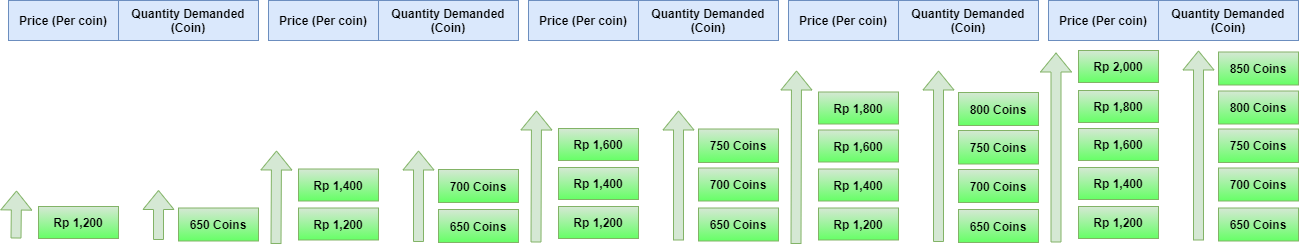
The draw.io diagram ebooks/assets/Demand2.png in gungunfebrianza/Belajar-Dengan-Jenius-Tokenomics, before a commit. Source tidied: cells renumbered, new cells last; positions are measured from the earlier drawing's top-left corner, leaving out a move shared by most shapes. The source it was exported from:
```xml
<mxGraphModel>
  <root>
    <mxCell id="0" />
    <mxCell id="1" parent="0" />
    <mxCell id="2" value="&lt;b&gt;Quantity Demanded&lt;br&gt;(Coin)&lt;br&gt;&lt;/b&gt;" style="rounded=0;whiteSpace=wrap;html=1;fillColor=#dae8fc;strokeColor=#6c8ebf;" parent="1" vertex="1">
      <mxGeometry x="110" width="140" height="40" as="geometry" />
    </mxCell>
    <mxCell id="3" value="&lt;b&gt;Price (Per coin)&lt;/b&gt;" style="rounded=0;whiteSpace=wrap;html=1;fillColor=#dae8fc;strokeColor=#6c8ebf;" parent="1" vertex="1">
      <mxGeometry width="110" height="40" as="geometry" />
    </mxCell>
    <mxCell id="4" value="&lt;b&gt;Quantity Demanded&lt;br&gt;(Coin)&lt;br&gt;&lt;/b&gt;" style="rounded=0;whiteSpace=wrap;html=1;fillColor=#dae8fc;strokeColor=#6c8ebf;" parent="1" vertex="1">
      <mxGeometry x="370" width="140" height="40" as="geometry" />
    </mxCell>
    <mxCell id="5" value="&lt;b&gt;Price (Per coin)&lt;/b&gt;" style="rounded=0;whiteSpace=wrap;html=1;fillColor=#dae8fc;strokeColor=#6c8ebf;" parent="1" vertex="1">
      <mxGeometry x="260" width="110" height="40" as="geometry" />
    </mxCell>
    <mxCell id="6" value="&lt;b&gt;Quantity Demanded&lt;br&gt;(Coin)&lt;br&gt;&lt;/b&gt;" style="rounded=0;whiteSpace=wrap;html=1;fillColor=#dae8fc;strokeColor=#6c8ebf;" parent="1" vertex="1">
      <mxGeometry x="630" width="140" height="40" as="geometry" />
    </mxCell>
    <mxCell id="7" value="&lt;b&gt;Price (Per coin)&lt;/b&gt;" style="rounded=0;whiteSpace=wrap;html=1;fillColor=#dae8fc;strokeColor=#6c8ebf;" parent="1" vertex="1">
      <mxGeometry x="520" width="110" height="40" as="geometry" />
    </mxCell>
    <mxCell id="8" value="&lt;b&gt;Quantity Demanded&lt;br&gt;(Coin)&lt;br&gt;&lt;/b&gt;" style="rounded=0;whiteSpace=wrap;html=1;fillColor=#dae8fc;strokeColor=#6c8ebf;" parent="1" vertex="1">
      <mxGeometry x="890" width="140" height="40" as="geometry" />
    </mxCell>
    <mxCell id="9" value="&lt;b&gt;Price (Per coin)&lt;/b&gt;" style="rounded=0;whiteSpace=wrap;html=1;fillColor=#dae8fc;strokeColor=#6c8ebf;" parent="1" vertex="1">
      <mxGeometry x="780" width="110" height="40" as="geometry" />
    </mxCell>
    <mxCell id="10" value="&lt;b&gt;Quantity Demanded&lt;br&gt;(Coin)&lt;br&gt;&lt;/b&gt;" style="rounded=0;whiteSpace=wrap;html=1;fillColor=#dae8fc;strokeColor=#6c8ebf;" parent="1" vertex="1">
      <mxGeometry x="1150" width="140" height="40" as="geometry" />
    </mxCell>
    <mxCell id="11" value="&lt;b&gt;Price (Per coin)&lt;/b&gt;" style="rounded=0;whiteSpace=wrap;html=1;fillColor=#dae8fc;strokeColor=#6c8ebf;" parent="1" vertex="1">
      <mxGeometry x="1040" width="110" height="40" as="geometry" />
    </mxCell>
    <mxCell id="12" style="shape=flexArrow;endArrow=classic;html=1;fillColor=#d5e8d4;strokeColor=#82b366;" parent="1" edge="1">
      <mxGeometry relative="1" as="geometry">
        <mxPoint x="1047.5" y="242" as="sourcePoint" />
        <mxPoint x="1047.5" y="52" as="targetPoint" />
      </mxGeometry>
    </mxCell>
    <mxCell id="13" value="&lt;b&gt;650 Coins&lt;/b&gt;" style="rounded=0;whiteSpace=wrap;html=1;fillColor=#d5e8d4;strokeColor=#82b366;gradientColor=#66FF66;" parent="1" vertex="1">
      <mxGeometry x="1210" y="207.5" width="80" height="33" as="geometry" />
    </mxCell>
    <mxCell id="14" value="&lt;b&gt;700 Coins&lt;/b&gt;" style="rounded=0;whiteSpace=wrap;html=1;fillColor=#d5e8d4;strokeColor=#82b366;gradientColor=#66FF66;" parent="1" vertex="1">
      <mxGeometry x="1210" y="167.5" width="80" height="33" as="geometry" />
    </mxCell>
    <mxCell id="15" value="&lt;b&gt;750&lt;/b&gt;&lt;b&gt;&amp;nbsp;Coins&lt;/b&gt;" style="rounded=0;whiteSpace=wrap;html=1;fillColor=#d5e8d4;strokeColor=#82b366;gradientColor=#66FF66;" parent="1" vertex="1">
      <mxGeometry x="1210" y="128.5" width="80" height="33.5" as="geometry" />
    </mxCell>
    <mxCell id="16" value="&lt;b&gt;800&lt;/b&gt;&lt;b&gt;&amp;nbsp;Coins&lt;/b&gt;" style="rounded=0;whiteSpace=wrap;html=1;fillColor=#d5e8d4;strokeColor=#82b366;gradientColor=#66FF66;" parent="1" vertex="1">
      <mxGeometry x="1210" y="90.5" width="80" height="33" as="geometry" />
    </mxCell>
    <mxCell id="17" value="&lt;b&gt;850 Coins&lt;/b&gt;" style="rounded=0;whiteSpace=wrap;html=1;fillColor=#d5e8d4;strokeColor=#82b366;gradientColor=#66FF66;" parent="1" vertex="1">
      <mxGeometry x="1210" y="51.5" width="80" height="33" as="geometry" />
    </mxCell>
    <mxCell id="18" style="shape=flexArrow;endArrow=classic;html=1;fillColor=#d5e8d4;strokeColor=#82b366;" parent="1" edge="1">
      <mxGeometry relative="1" as="geometry">
        <mxPoint x="1190" y="240" as="sourcePoint" />
        <mxPoint x="1190" y="50" as="targetPoint" />
      </mxGeometry>
    </mxCell>
    <mxCell id="19" value="&lt;b&gt;Rp 1,200&lt;/b&gt;" style="rounded=0;whiteSpace=wrap;html=1;fillColor=#d5e8d4;strokeColor=#82b366;gradientColor=#66FF66;" parent="1" vertex="1">
      <mxGeometry x="1070" y="206" width="80" height="32" as="geometry" />
    </mxCell>
    <mxCell id="20" value="&lt;b&gt;Rp 1,400&lt;/b&gt;" style="rounded=0;whiteSpace=wrap;html=1;fillColor=#d5e8d4;strokeColor=#82b366;gradientColor=#66FF66;" parent="1" vertex="1">
      <mxGeometry x="1070" y="167" width="80" height="32" as="geometry" />
    </mxCell>
    <mxCell id="21" value="&lt;b&gt;Rp 1,600&lt;/b&gt;" style="rounded=0;whiteSpace=wrap;html=1;fillColor=#d5e8d4;strokeColor=#82b366;gradientColor=#66FF66;" parent="1" vertex="1">
      <mxGeometry x="1070" y="128" width="80" height="32" as="geometry" />
    </mxCell>
    <mxCell id="22" value="&lt;b&gt;Rp 1,800&lt;/b&gt;" style="rounded=0;whiteSpace=wrap;html=1;fillColor=#d5e8d4;strokeColor=#82b366;gradientColor=#66FF66;" parent="1" vertex="1">
      <mxGeometry x="1070" y="90" width="80" height="32" as="geometry" />
    </mxCell>
    <mxCell id="23" value="&lt;b&gt;Rp 2,000&lt;/b&gt;" style="rounded=0;whiteSpace=wrap;html=1;fillColor=#d5e8d4;strokeColor=#82b366;gradientColor=#66FF66;" parent="1" vertex="1">
      <mxGeometry x="1070" y="50" width="80" height="32" as="geometry" />
    </mxCell>
    <mxCell id="24" style="shape=flexArrow;endArrow=classic;html=1;fillColor=#d5e8d4;strokeColor=#82b366;" parent="1" edge="1">
      <mxGeometry relative="1" as="geometry">
        <mxPoint x="787.5" y="243.5" as="sourcePoint" />
        <mxPoint x="788" y="70" as="targetPoint" />
      </mxGeometry>
    </mxCell>
    <mxCell id="25" value="&lt;b&gt;650 Coins&lt;/b&gt;" style="rounded=0;whiteSpace=wrap;html=1;fillColor=#d5e8d4;strokeColor=#82b366;gradientColor=#66FF66;" parent="1" vertex="1">
      <mxGeometry x="950" y="209" width="80" height="33" as="geometry" />
    </mxCell>
    <mxCell id="26" value="&lt;b&gt;700 Coins&lt;/b&gt;" style="rounded=0;whiteSpace=wrap;html=1;fillColor=#d5e8d4;strokeColor=#82b366;gradientColor=#66FF66;" parent="1" vertex="1">
      <mxGeometry x="950" y="169" width="80" height="33" as="geometry" />
    </mxCell>
    <mxCell id="27" value="&lt;b&gt;750&lt;/b&gt;&lt;b&gt;&amp;nbsp;Coins&lt;/b&gt;" style="rounded=0;whiteSpace=wrap;html=1;fillColor=#d5e8d4;strokeColor=#82b366;gradientColor=#66FF66;" parent="1" vertex="1">
      <mxGeometry x="950" y="130" width="80" height="33.5" as="geometry" />
    </mxCell>
    <mxCell id="28" value="&lt;b&gt;800&lt;/b&gt;&lt;b&gt;&amp;nbsp;Coins&lt;/b&gt;" style="rounded=0;whiteSpace=wrap;html=1;fillColor=#d5e8d4;strokeColor=#82b366;gradientColor=#66FF66;" parent="1" vertex="1">
      <mxGeometry x="950" y="92" width="80" height="33" as="geometry" />
    </mxCell>
    <mxCell id="29" style="shape=flexArrow;endArrow=classic;html=1;fillColor=#d5e8d4;strokeColor=#82b366;" parent="1" edge="1">
      <mxGeometry relative="1" as="geometry">
        <mxPoint x="930" y="241.5" as="sourcePoint" />
        <mxPoint x="930" y="70" as="targetPoint" />
      </mxGeometry>
    </mxCell>
    <mxCell id="30" value="&lt;b&gt;Rp 1,200&lt;/b&gt;" style="rounded=0;whiteSpace=wrap;html=1;fillColor=#d5e8d4;strokeColor=#82b366;gradientColor=#66FF66;" parent="1" vertex="1">
      <mxGeometry x="810" y="207.5" width="80" height="32" as="geometry" />
    </mxCell>
    <mxCell id="31" value="&lt;b&gt;Rp 1,400&lt;/b&gt;" style="rounded=0;whiteSpace=wrap;html=1;fillColor=#d5e8d4;strokeColor=#82b366;gradientColor=#66FF66;" parent="1" vertex="1">
      <mxGeometry x="810" y="168.5" width="80" height="32" as="geometry" />
    </mxCell>
    <mxCell id="32" value="&lt;b&gt;Rp 1,600&lt;/b&gt;" style="rounded=0;whiteSpace=wrap;html=1;fillColor=#d5e8d4;strokeColor=#82b366;gradientColor=#66FF66;" parent="1" vertex="1">
      <mxGeometry x="810" y="129.5" width="80" height="32" as="geometry" />
    </mxCell>
    <mxCell id="33" value="&lt;b&gt;Rp 1,800&lt;/b&gt;" style="rounded=0;whiteSpace=wrap;html=1;fillColor=#d5e8d4;strokeColor=#82b366;gradientColor=#66FF66;" parent="1" vertex="1">
      <mxGeometry x="810" y="91.5" width="80" height="32" as="geometry" />
    </mxCell>
    <mxCell id="34" style="shape=flexArrow;endArrow=classic;html=1;fillColor=#d5e8d4;strokeColor=#82b366;" parent="1" edge="1">
      <mxGeometry relative="1" as="geometry">
        <mxPoint x="527.5" y="242" as="sourcePoint" />
        <mxPoint x="528" y="110" as="targetPoint" />
      </mxGeometry>
    </mxCell>
    <mxCell id="35" value="&lt;b&gt;650 Coins&lt;/b&gt;" style="rounded=0;whiteSpace=wrap;html=1;fillColor=#d5e8d4;strokeColor=#82b366;gradientColor=#66FF66;" parent="1" vertex="1">
      <mxGeometry x="690" y="207.5" width="80" height="33" as="geometry" />
    </mxCell>
    <mxCell id="36" value="&lt;b&gt;700 Coins&lt;/b&gt;" style="rounded=0;whiteSpace=wrap;html=1;fillColor=#d5e8d4;strokeColor=#82b366;gradientColor=#66FF66;" parent="1" vertex="1">
      <mxGeometry x="690" y="167.5" width="80" height="33" as="geometry" />
    </mxCell>
    <mxCell id="37" value="&lt;b&gt;750&lt;/b&gt;&lt;b&gt;&amp;nbsp;Coins&lt;/b&gt;" style="rounded=0;whiteSpace=wrap;html=1;fillColor=#d5e8d4;strokeColor=#82b366;gradientColor=#66FF66;" parent="1" vertex="1">
      <mxGeometry x="690" y="128.5" width="80" height="33.5" as="geometry" />
    </mxCell>
    <mxCell id="38" style="shape=flexArrow;endArrow=classic;html=1;fillColor=#d5e8d4;strokeColor=#82b366;" parent="1" edge="1">
      <mxGeometry relative="1" as="geometry">
        <mxPoint x="670" y="240" as="sourcePoint" />
        <mxPoint x="670" y="110" as="targetPoint" />
      </mxGeometry>
    </mxCell>
    <mxCell id="39" value="&lt;b&gt;Rp 1,200&lt;/b&gt;" style="rounded=0;whiteSpace=wrap;html=1;fillColor=#d5e8d4;strokeColor=#82b366;gradientColor=#66FF66;" parent="1" vertex="1">
      <mxGeometry x="550" y="206" width="80" height="32" as="geometry" />
    </mxCell>
    <mxCell id="40" value="&lt;b&gt;Rp 1,400&lt;/b&gt;" style="rounded=0;whiteSpace=wrap;html=1;fillColor=#d5e8d4;strokeColor=#82b366;gradientColor=#66FF66;" parent="1" vertex="1">
      <mxGeometry x="550" y="167" width="80" height="32" as="geometry" />
    </mxCell>
    <mxCell id="41" value="&lt;b&gt;Rp 1,600&lt;/b&gt;" style="rounded=0;whiteSpace=wrap;html=1;fillColor=#d5e8d4;strokeColor=#82b366;gradientColor=#66FF66;" parent="1" vertex="1">
      <mxGeometry x="550" y="128" width="80" height="32" as="geometry" />
    </mxCell>
    <mxCell id="42" style="shape=flexArrow;endArrow=classic;html=1;fillColor=#d5e8d4;strokeColor=#82b366;" parent="1" edge="1">
      <mxGeometry relative="1" as="geometry">
        <mxPoint x="267.5" y="243.5" as="sourcePoint" />
        <mxPoint x="268" y="150" as="targetPoint" />
      </mxGeometry>
    </mxCell>
    <mxCell id="43" value="&lt;b&gt;650 Coins&lt;/b&gt;" style="rounded=0;whiteSpace=wrap;html=1;fillColor=#d5e8d4;strokeColor=#82b366;gradientColor=#66FF66;" parent="1" vertex="1">
      <mxGeometry x="430" y="209" width="80" height="33" as="geometry" />
    </mxCell>
    <mxCell id="44" value="&lt;b&gt;700 Coins&lt;/b&gt;" style="rounded=0;whiteSpace=wrap;html=1;fillColor=#d5e8d4;strokeColor=#82b366;gradientColor=#66FF66;" parent="1" vertex="1">
      <mxGeometry x="430" y="169" width="80" height="33" as="geometry" />
    </mxCell>
    <mxCell id="45" style="shape=flexArrow;endArrow=classic;html=1;fillColor=#d5e8d4;strokeColor=#82b366;" parent="1" edge="1">
      <mxGeometry relative="1" as="geometry">
        <mxPoint x="410" y="241.5" as="sourcePoint" />
        <mxPoint x="410" y="150" as="targetPoint" />
      </mxGeometry>
    </mxCell>
    <mxCell id="46" value="&lt;b&gt;Rp 1,200&lt;/b&gt;" style="rounded=0;whiteSpace=wrap;html=1;fillColor=#d5e8d4;strokeColor=#82b366;gradientColor=#66FF66;" parent="1" vertex="1">
      <mxGeometry x="290" y="207.5" width="80" height="32" as="geometry" />
    </mxCell>
    <mxCell id="47" value="&lt;b&gt;Rp 1,400&lt;/b&gt;" style="rounded=0;whiteSpace=wrap;html=1;fillColor=#d5e8d4;strokeColor=#82b366;gradientColor=#66FF66;" parent="1" vertex="1">
      <mxGeometry x="290" y="168.5" width="80" height="32" as="geometry" />
    </mxCell>
    <mxCell id="48" style="shape=flexArrow;endArrow=classic;html=1;fillColor=#d5e8d4;strokeColor=#82b366;" parent="1" edge="1">
      <mxGeometry relative="1" as="geometry">
        <mxPoint x="7.5" y="238" as="sourcePoint" />
        <mxPoint x="8" y="190" as="targetPoint" />
      </mxGeometry>
    </mxCell>
    <mxCell id="49" value="&lt;b&gt;650 Coins&lt;/b&gt;" style="rounded=0;whiteSpace=wrap;html=1;fillColor=#d5e8d4;strokeColor=#82b366;gradientColor=#66FF66;" parent="1" vertex="1">
      <mxGeometry x="170" y="207.5" width="80" height="33" as="geometry" />
    </mxCell>
    <mxCell id="50" style="shape=flexArrow;endArrow=classic;html=1;fillColor=#d5e8d4;strokeColor=#82b366;" parent="1" edge="1">
      <mxGeometry relative="1" as="geometry">
        <mxPoint x="150" y="239.5" as="sourcePoint" />
        <mxPoint x="150" y="189.5" as="targetPoint" />
      </mxGeometry>
    </mxCell>
    <mxCell id="51" value="&lt;b&gt;Rp 1,200&lt;/b&gt;" style="rounded=0;whiteSpace=wrap;html=1;fillColor=#d5e8d4;strokeColor=#82b366;gradientColor=#66FF66;" parent="1" vertex="1">
      <mxGeometry x="30" y="206" width="80" height="32" as="geometry" />
    </mxCell>
  </root>
</mxGraphModel>
```
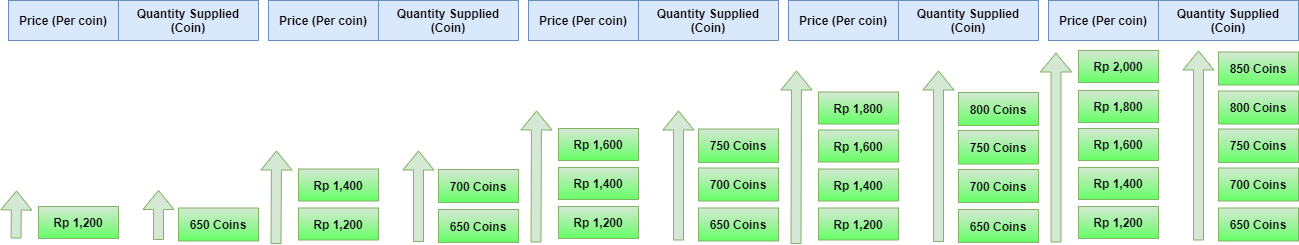
The same file after the commit.

What changed in the source:
```diff
@@ -2,31 +2,31 @@
   <root>
     <mxCell id="0" />
     <mxCell id="1" parent="0" />
-    <mxCell id="2" value="&lt;b&gt;Quantity Demanded&lt;br&gt;(Coin)&lt;br&gt;&lt;/b&gt;" style="rounded=0;whiteSpace=wrap;html=1;fillColor=#dae8fc;strokeColor=#6c8ebf;" parent="1" vertex="1">
+    <mxCell id="2" value="&lt;b&gt;Quantity Supplied&lt;br&gt;(Coin)&lt;br&gt;&lt;/b&gt;" style="rounded=0;whiteSpace=wrap;html=1;fillColor=#dae8fc;strokeColor=#6c8ebf;" parent="1" vertex="1">
       <mxGeometry x="110" width="140" height="40" as="geometry" />
     </mxCell>
     <mxCell id="3" value="&lt;b&gt;Price (Per coin)&lt;/b&gt;" style="rounded=0;whiteSpace=wrap;html=1;fillColor=#dae8fc;strokeColor=#6c8ebf;" parent="1" vertex="1">
       <mxGeometry width="110" height="40" as="geometry" />
     </mxCell>
-    <mxCell id="4" value="&lt;b&gt;Quantity Demanded&lt;br&gt;(Coin)&lt;br&gt;&lt;/b&gt;" style="rounded=0;whiteSpace=wrap;html=1;fillColor=#dae8fc;strokeColor=#6c8ebf;" parent="1" vertex="1">
+    <mxCell id="4" value="&lt;b&gt;Quantity Supplied&lt;br&gt;(Coin)&lt;/b&gt;&lt;b&gt;&lt;br&gt;&lt;/b&gt;" style="rounded=0;whiteSpace=wrap;html=1;fillColor=#dae8fc;strokeColor=#6c8ebf;" parent="1" vertex="1">
       <mxGeometry x="370" width="140" height="40" as="geometry" />
     </mxCell>
     <mxCell id="5" value="&lt;b&gt;Price (Per coin)&lt;/b&gt;" style="rounded=0;whiteSpace=wrap;html=1;fillColor=#dae8fc;strokeColor=#6c8ebf;" parent="1" vertex="1">
       <mxGeometry x="260" width="110" height="40" as="geometry" />
     </mxCell>
-    <mxCell id="6" value="&lt;b&gt;Quantity Demanded&lt;br&gt;(Coin)&lt;br&gt;&lt;/b&gt;" style="rounded=0;whiteSpace=wrap;html=1;fillColor=#dae8fc;strokeColor=#6c8ebf;" parent="1" vertex="1">
+    <mxCell id="6" value="&lt;b&gt;Quantity Supplied&lt;br&gt;(Coin)&lt;/b&gt;&lt;b&gt;&lt;br&gt;&lt;/b&gt;" style="rounded=0;whiteSpace=wrap;html=1;fillColor=#dae8fc;strokeColor=#6c8ebf;" parent="1" vertex="1">
       <mxGeometry x="630" width="140" height="40" as="geometry" />
     </mxCell>
     <mxCell id="7" value="&lt;b&gt;Price (Per coin)&lt;/b&gt;" style="rounded=0;whiteSpace=wrap;html=1;fillColor=#dae8fc;strokeColor=#6c8ebf;" parent="1" vertex="1">
       <mxGeometry x="520" width="110" height="40" as="geometry" />
     </mxCell>
-    <mxCell id="8" value="&lt;b&gt;Quantity Demanded&lt;br&gt;(Coin)&lt;br&gt;&lt;/b&gt;" style="rounded=0;whiteSpace=wrap;html=1;fillColor=#dae8fc;strokeColor=#6c8ebf;" parent="1" vertex="1">
+    <mxCell id="8" value="&lt;b&gt;Quantity Supplied&lt;br&gt;(Coin)&lt;/b&gt;&lt;b&gt;&lt;br&gt;&lt;/b&gt;" style="rounded=0;whiteSpace=wrap;html=1;fillColor=#dae8fc;strokeColor=#6c8ebf;" parent="1" vertex="1">
       <mxGeometry x="890" width="140" height="40" as="geometry" />
     </mxCell>
     <mxCell id="9" value="&lt;b&gt;Price (Per coin)&lt;/b&gt;" style="rounded=0;whiteSpace=wrap;html=1;fillColor=#dae8fc;strokeColor=#6c8ebf;" parent="1" vertex="1">
       <mxGeometry x="780" width="110" height="40" as="geometry" />
     </mxCell>
-    <mxCell id="10" value="&lt;b&gt;Quantity Demanded&lt;br&gt;(Coin)&lt;br&gt;&lt;/b&gt;" style="rounded=0;whiteSpace=wrap;html=1;fillColor=#dae8fc;strokeColor=#6c8ebf;" parent="1" vertex="1">
+    <mxCell id="10" value="&lt;b&gt;Quantity Supplied&lt;br&gt;(Coin)&lt;/b&gt;&lt;b&gt;&lt;br&gt;&lt;/b&gt;" style="rounded=0;whiteSpace=wrap;html=1;fillColor=#dae8fc;strokeColor=#6c8ebf;" parent="1" vertex="1">
       <mxGeometry x="1150" width="140" height="40" as="geometry" />
     </mxCell>
     <mxCell id="11" value="&lt;b&gt;Price (Per coin)&lt;/b&gt;" style="rounded=0;whiteSpace=wrap;html=1;fillColor=#dae8fc;strokeColor=#6c8ebf;" parent="1" vertex="1">
```
